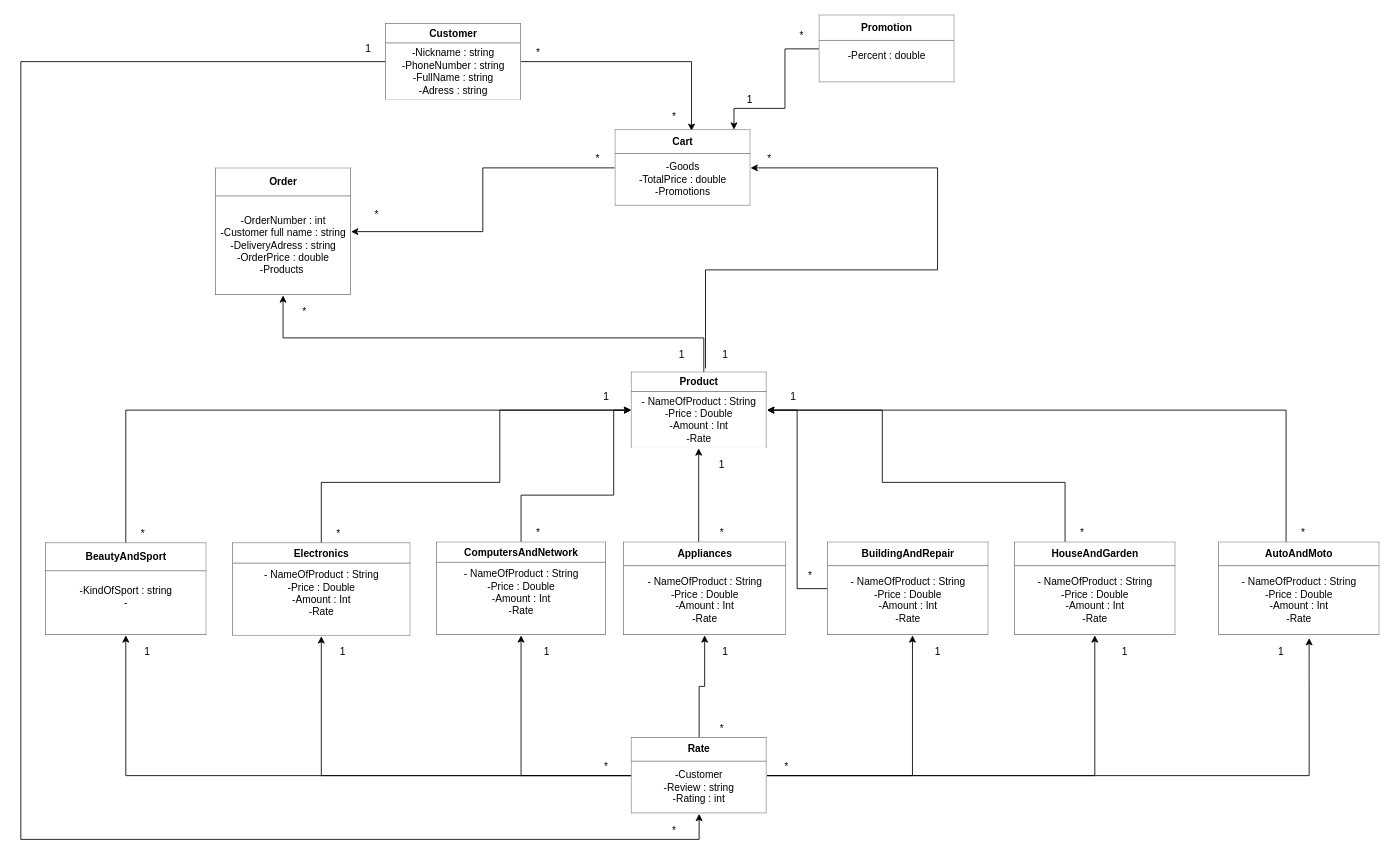
Above: Диаграмма без названия (4).drawio in Darovskikh/A-1-OOP (draw.io), before the change. Source tidied: cells renumbered, new cells numbered last; positions are measured from the earlier drawing's top-left corner, leaving out a move shared by most shapes. Both pictures are drawn from the tidied source at 85%, with x=0, y=0 at pixel (20, 14).
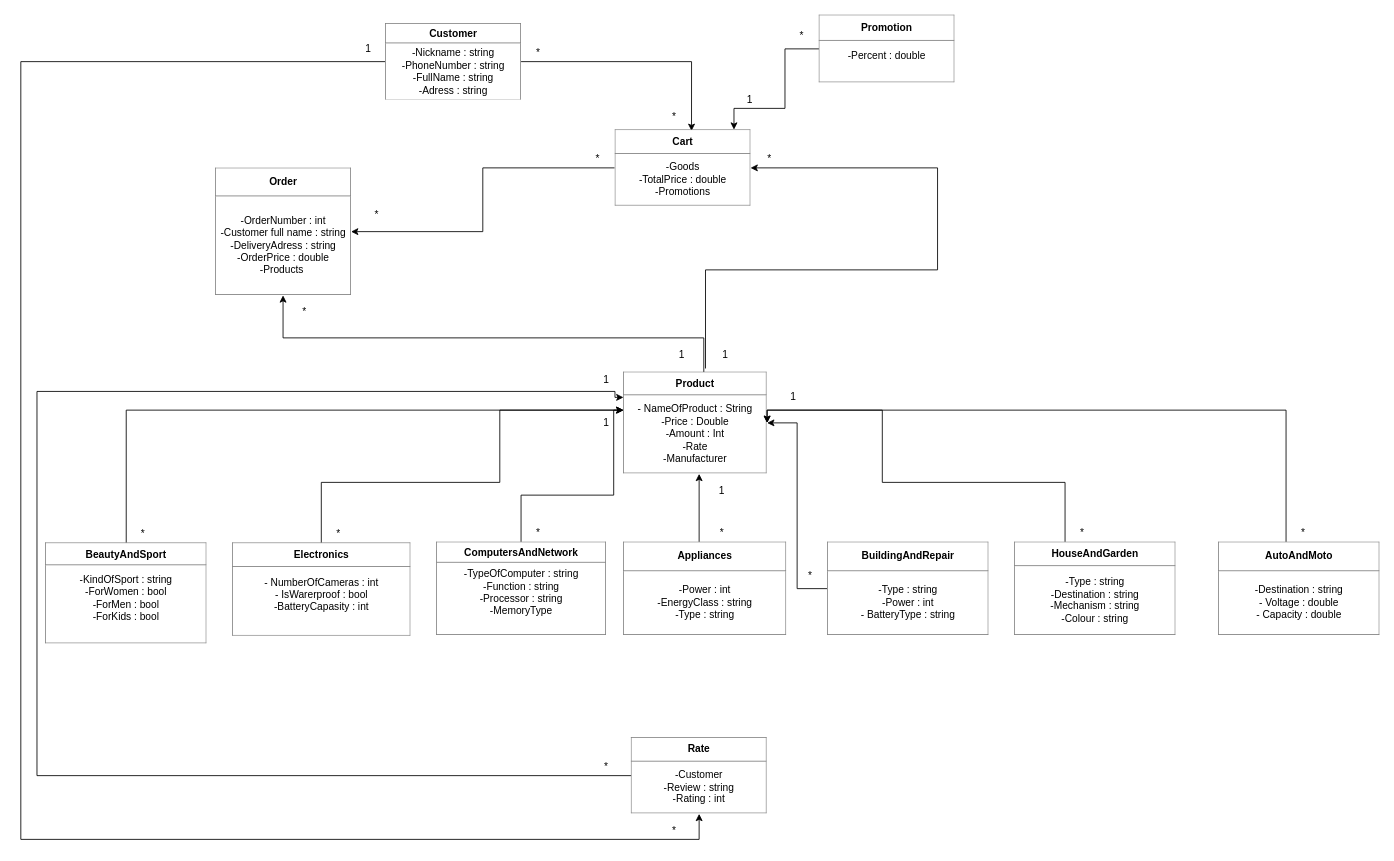
The same page after the edit.

The change refers to these unchanged cells:
```xml
<mxCell id="55" value="&lt;table border=&quot;1&quot; width=&quot;100%&quot; cellpadding=&quot;4&quot; style=&quot;width: 100% ; height: 100% ; border-collapse: collapse&quot;&gt;&lt;tbody&gt;&lt;tr&gt;&lt;th align=&quot;center&quot;&gt;Rate&lt;/th&gt;&lt;/tr&gt;&lt;tr&gt;&lt;td align=&quot;center&quot;&gt;-Customer&lt;br&gt;-Review : string&lt;br&gt;-Rating : int&lt;/td&gt;&lt;/tr&gt;&lt;/tbody&gt;&lt;/table&gt;" style="text;html=1;strokeColor=none;fillColor=none;overflow=fill;" parent="1" vertex="1">
  <mxGeometry x="718" y="850" width="160" height="90" as="geometry" />
</mxCell>
```

Change to the diagram source:
```diff
@@
-    <mxCell id="2" value="&lt;table border=&quot;1&quot; width=&quot;100%&quot; cellpadding=&quot;4&quot; style=&quot;width: 100% ; height: 100% ; border-collapse: collapse&quot;&gt;&lt;tbody&gt;&lt;tr&gt;&lt;th align=&quot;center&quot;&gt;Product&lt;/th&gt;&lt;/tr&gt;&lt;tr&gt;&lt;td align=&quot;center&quot;&gt;- NameOfProduct : String&lt;br&gt;-Price : Double&lt;br&gt;-Amount : Int&lt;br&gt;-Rate&lt;br&gt;&lt;/td&gt;&lt;/tr&gt;&lt;/tbody&gt;&lt;/table&gt;" style="text;html=1;strokeColor=none;fillColor=none;overflow=fill;" parent="1" vertex="1">
-      <mxGeometry x="718" y="420" width="160" height="90" as="geometry" />
+    <mxCell id="2" value="&lt;table border=&quot;1&quot; width=&quot;100%&quot; cellpadding=&quot;4&quot; style=&quot;width: 100% ; height: 100% ; border-collapse: collapse&quot;&gt;&lt;tbody&gt;&lt;tr&gt;&lt;th align=&quot;center&quot;&gt;Product&lt;/th&gt;&lt;/tr&gt;&lt;tr&gt;&lt;td align=&quot;center&quot;&gt;- NameOfProduct : String&lt;br&gt;-Price : Double&lt;br&gt;-Amount : Int&lt;br&gt;-Rate&lt;br&gt;-Manufacturer&lt;/td&gt;&lt;/tr&gt;&lt;/tbody&gt;&lt;/table&gt;" style="text;html=1;strokeColor=none;fillColor=none;overflow=fill;" parent="1" vertex="1">
+      <mxGeometry x="709" y="420" width="169" height="120" as="geometry" />
     </mxCell>
-    <mxCell id="3" style="edgeStyle=orthogonalEdgeStyle;rounded=0;jettySize=auto;html=1;entryX=0;entryY=0.5;entryDx=0;entryDy=0;" parent="1" edge="1" source="4" target="2">
+    <mxCell id="3" style="edgeStyle=orthogonalEdgeStyle;rounded=0;jettySize=auto;html=1;" parent="1" edge="1" source="4">
       <mxGeometry relative="1" as="geometry">
+        <mxPoint x="709" y="465" as="targetPoint" />
         <Array as="points">
           <mxPoint x="353.5" y="550" />
           <mxPoint x="563.5" y="550" />
           <mxPoint x="563.5" y="465" />
         </Array>
       </mxGeometry>
     </mxCell>
-    <mxCell id="4" value="&lt;table border=&quot;1&quot; width=&quot;100%&quot; cellpadding=&quot;4&quot; style=&quot;width: 100% ; height: 100% ; border-collapse: collapse&quot;&gt;&lt;tbody&gt;&lt;tr&gt;&lt;th align=&quot;center&quot;&gt;Electronics&lt;/th&gt;&lt;/tr&gt;&lt;tr&gt;&lt;td align=&quot;center&quot;&gt;- NameOfProduct : String&lt;br&gt;-Price : Double&lt;br&gt;-Amount : Int&lt;br&gt;-Rate&lt;br&gt;&lt;br&gt;&lt;/td&gt;&lt;/tr&gt;&lt;/tbody&gt;&lt;/table&gt;" style="text;html=1;strokeColor=none;fillColor=none;overflow=fill;" parent="1" vertex="1">
+    <mxCell id="4" value="&lt;table border=&quot;1&quot; width=&quot;100%&quot; cellpadding=&quot;4&quot; style=&quot;width: 100% ; height: 100% ; border-collapse: collapse&quot;&gt;&lt;tbody&gt;&lt;tr&gt;&lt;th align=&quot;center&quot;&gt;Electronics&lt;/th&gt;&lt;/tr&gt;&lt;tr&gt;&lt;td align=&quot;center&quot;&gt;- NumberOfCameras : int&lt;br&gt;- IsWarerproof : bool&lt;br&gt;-BatteryCapasity : int&lt;br&gt;&lt;br&gt;&lt;/td&gt;&lt;/tr&gt;&lt;/tbody&gt;&lt;/table&gt;" style="text;html=1;strokeColor=none;fillColor=none;overflow=fill;" parent="1" vertex="1">
       <mxGeometry x="248.5" y="621" width="210" height="110" as="geometry" />
     </mxCell>
-    <mxCell id="5" style="edgeStyle=orthogonalEdgeStyle;rounded=0;jettySize=auto;html=1;" parent="1" edge="1" source="6" target="2">
+    <mxCell id="5" style="edgeStyle=orthogonalEdgeStyle;rounded=0;jettySize=auto;html=1;" parent="1" edge="1" source="6">
       <mxGeometry relative="1" as="geometry">
+        <mxPoint x="798" y="540" as="targetPoint" />
         <Array as="points">
           <mxPoint x="797.5" y="540" />
           <mxPoint x="797.5" y="540" />
         </Array>
       </mxGeometry>
     </mxCell>
-    <mxCell id="6" value="&lt;table border=&quot;1&quot; width=&quot;100%&quot; cellpadding=&quot;4&quot; style=&quot;width: 100% ; height: 100% ; border-collapse: collapse&quot;&gt;&lt;tbody&gt;&lt;tr&gt;&lt;th align=&quot;center&quot;&gt;Appliances&lt;/th&gt;&lt;/tr&gt;&lt;tr&gt;&lt;td align=&quot;center&quot;&gt;- NameOfProduct : String&lt;br&gt;-Price : Double&lt;br&gt;-Amount : Int&lt;br&gt;-Rate&lt;br&gt;&lt;/td&gt;&lt;/tr&gt;&lt;/tbody&gt;&lt;/table&gt;" style="text;html=1;strokeColor=none;fillColor=none;overflow=fill;" parent="1" vertex="1">
+    <mxCell id="6" value="&lt;table border=&quot;1&quot; width=&quot;100%&quot; cellpadding=&quot;4&quot; style=&quot;width: 100% ; height: 100% ; border-collapse: collapse&quot;&gt;&lt;tbody&gt;&lt;tr&gt;&lt;th align=&quot;center&quot;&gt;Appliances&lt;/th&gt;&lt;/tr&gt;&lt;tr&gt;&lt;td align=&quot;center&quot;&gt;-Power : int&lt;br&gt;-EnergyClass : string&lt;br&gt;-Type : string&lt;br&gt;&lt;/td&gt;&lt;/tr&gt;&lt;/tbody&gt;&lt;/table&gt;" style="text;html=1;strokeColor=none;fillColor=none;overflow=fill;" parent="1" vertex="1">
       <mxGeometry x="708.5" y="620" width="192" height="110" as="geometry" />
     </mxCell>
-    <mxCell id="7" style="edgeStyle=orthogonalEdgeStyle;rounded=0;jettySize=auto;html=1;entryX=0;entryY=0.5;entryDx=0;entryDy=0;" parent="1" edge="1" source="8" target="2">
+    <mxCell id="7" style="edgeStyle=orthogonalEdgeStyle;rounded=0;jettySize=auto;html=1;" parent="1" edge="1" source="8">
       <mxGeometry relative="1" as="geometry">
+        <mxPoint x="709" y="465" as="targetPoint" />
         <Array as="points">
           <mxPoint x="588.5" y="565" />
           <mxPoint x="697.5" y="565" />
           <mxPoint x="697.5" y="465" />
         </Array>
       </mxGeometry>
     </mxCell>
-    <mxCell id="8" value="&lt;table border=&quot;1&quot; width=&quot;100%&quot; cellpadding=&quot;4&quot; style=&quot;width: 100% ; height: 100% ; border-collapse: collapse&quot;&gt;&lt;tbody&gt;&lt;tr&gt;&lt;th align=&quot;center&quot;&gt;ComputersAndNetwork&lt;/th&gt;&lt;/tr&gt;&lt;tr&gt;&lt;td align=&quot;center&quot;&gt;- NameOfProduct : String&lt;br&gt;-Price : Double&lt;br&gt;-Amount : Int&lt;br&gt;-Rate&lt;br&gt;&lt;br&gt;&lt;/td&gt;&lt;/tr&gt;&lt;/tbody&gt;&lt;/table&gt;" style="text;html=1;strokeColor=none;fillColor=none;overflow=fill;" parent="1" vertex="1">
+    <mxCell id="8" value="&lt;table border=&quot;1&quot; width=&quot;100%&quot; cellpadding=&quot;4&quot; style=&quot;width: 100% ; height: 100% ; border-collapse: collapse&quot;&gt;&lt;tbody&gt;&lt;tr&gt;&lt;th align=&quot;center&quot;&gt;ComputersAndNetwork&lt;/th&gt;&lt;/tr&gt;&lt;tr&gt;&lt;td align=&quot;center&quot;&gt;-TypeOfComputer : string&lt;br&gt;-Function : string&lt;br&gt;-Processor : string&lt;br&gt;-MemoryType&lt;br&gt;&lt;br&gt;&lt;/td&gt;&lt;/tr&gt;&lt;/tbody&gt;&lt;/table&gt;" style="text;html=1;strokeColor=none;fillColor=none;overflow=fill;" parent="1" vertex="1">
       <mxGeometry x="488.5" y="620" width="200" height="110" as="geometry" />
     </mxCell>
@@
-    <mxCell id="10" value="&lt;table border=&quot;1&quot; width=&quot;100%&quot; cellpadding=&quot;4&quot; style=&quot;width: 100% ; height: 100% ; border-collapse: collapse&quot;&gt;&lt;tbody&gt;&lt;tr&gt;&lt;th align=&quot;center&quot;&gt;BuildingAndRepair&lt;/th&gt;&lt;/tr&gt;&lt;tr&gt;&lt;td align=&quot;center&quot;&gt;- NameOfProduct : String&lt;br&gt;-Price : Double&lt;br&gt;-Amount : Int&lt;br&gt;-Rate&lt;br&gt;&lt;/td&gt;&lt;/tr&gt;&lt;/tbody&gt;&lt;/table&gt;" style="text;html=1;strokeColor=none;fillColor=none;overflow=fill;" parent="1" vertex="1">
+    <mxCell id="10" value="&lt;table border=&quot;1&quot; width=&quot;100%&quot; cellpadding=&quot;4&quot; style=&quot;width: 100% ; height: 100% ; border-collapse: collapse&quot;&gt;&lt;tbody&gt;&lt;tr&gt;&lt;th align=&quot;center&quot;&gt;BuildingAndRepair&lt;/th&gt;&lt;/tr&gt;&lt;tr&gt;&lt;td align=&quot;center&quot;&gt;-Type : string&lt;br&gt;-Power : int&lt;br&gt;- BatteryType : string&lt;/td&gt;&lt;/tr&gt;&lt;/tbody&gt;&lt;/table&gt;" style="text;html=1;strokeColor=none;fillColor=none;overflow=fill;" parent="1" vertex="1">
       <mxGeometry x="948.5" y="620" width="190" height="110" as="geometry" />
     </mxCell>
@@
-    <mxCell id="12" value="&lt;table border=&quot;1&quot; width=&quot;100%&quot; cellpadding=&quot;4&quot; style=&quot;width: 100% ; height: 100% ; border-collapse: collapse&quot;&gt;&lt;tbody&gt;&lt;tr&gt;&lt;th align=&quot;center&quot;&gt;HouseAndGarden&lt;/th&gt;&lt;/tr&gt;&lt;tr&gt;&lt;td align=&quot;center&quot;&gt;- NameOfProduct : String&lt;br&gt;-Price : Double&lt;br&gt;-Amount : Int&lt;br&gt;-Rate&lt;br&gt;&lt;/td&gt;&lt;/tr&gt;&lt;/tbody&gt;&lt;/table&gt;" style="text;html=1;strokeColor=none;fillColor=none;overflow=fill;" parent="1" vertex="1">
+    <mxCell id="12" value="&lt;table border=&quot;1&quot; width=&quot;100%&quot; cellpadding=&quot;4&quot; style=&quot;width: 100% ; height: 100% ; border-collapse: collapse&quot;&gt;&lt;tbody&gt;&lt;tr&gt;&lt;th align=&quot;center&quot;&gt;HouseAndGarden&lt;/th&gt;&lt;/tr&gt;&lt;tr&gt;&lt;td align=&quot;center&quot;&gt;-Type : string&lt;br&gt;-Destination : string&lt;br&gt;-Mechanism : string&lt;br&gt;-Colour : string&lt;/td&gt;&lt;/tr&gt;&lt;/tbody&gt;&lt;/table&gt;" style="text;html=1;strokeColor=none;fillColor=none;overflow=fill;" parent="1" vertex="1">
       <mxGeometry x="1168.5" y="620" width="190" height="110" as="geometry" />
     </mxCell>
@@
-    <mxCell id="14" value="&lt;table border=&quot;1&quot; width=&quot;100%&quot; cellpadding=&quot;4&quot; style=&quot;width: 100% ; height: 100% ; border-collapse: collapse&quot;&gt;&lt;tbody&gt;&lt;tr&gt;&lt;th align=&quot;center&quot;&gt;AutoAndMoto&lt;/th&gt;&lt;/tr&gt;&lt;tr&gt;&lt;td align=&quot;center&quot;&gt;- NameOfProduct : String&lt;br&gt;-Price : Double&lt;br&gt;-Amount : Int&lt;br&gt;-Rate&lt;br&gt;&lt;/td&gt;&lt;/tr&gt;&lt;/tbody&gt;&lt;/table&gt;" style="text;html=1;strokeColor=none;fillColor=none;overflow=fill;" parent="1" vertex="1">
+    <mxCell id="14" value="&lt;table border=&quot;1&quot; width=&quot;100%&quot; cellpadding=&quot;4&quot; style=&quot;width: 100% ; height: 100% ; border-collapse: collapse&quot;&gt;&lt;tbody&gt;&lt;tr&gt;&lt;th align=&quot;center&quot;&gt;AutoAndMoto&lt;/th&gt;&lt;/tr&gt;&lt;tr&gt;&lt;td align=&quot;center&quot;&gt;-Destination : string&lt;br&gt;- Voltage : double&lt;br&gt;- Capacity : double&lt;/td&gt;&lt;/tr&gt;&lt;/tbody&gt;&lt;/table&gt;" style="text;html=1;strokeColor=none;fillColor=none;overflow=fill;" parent="1" vertex="1">
       <mxGeometry x="1408.5" y="620" width="190" height="110" as="geometry" />
     </mxCell>
-    <mxCell id="15" style="edgeStyle=orthogonalEdgeStyle;rounded=0;jettySize=auto;html=1;" parent="1" edge="1" source="16" target="2">
+    <mxCell id="15" style="edgeStyle=orthogonalEdgeStyle;rounded=0;jettySize=auto;html=1;" parent="1" edge="1" source="16">
       <mxGeometry relative="1" as="geometry">
+        <mxPoint x="709" y="465" as="targetPoint" />
         <Array as="points">
           <mxPoint x="123.5" y="465" />
         </Array>
       </mxGeometry>
     </mxCell>
-    <mxCell id="16" value="&lt;table border=&quot;1&quot; width=&quot;100%&quot; cellpadding=&quot;4&quot; style=&quot;width: 100% ; height: 100% ; border-collapse: collapse&quot;&gt;&lt;tbody&gt;&lt;tr&gt;&lt;th align=&quot;center&quot;&gt;BeautyAndSport&lt;/th&gt;&lt;/tr&gt;&lt;tr&gt;&lt;td align=&quot;center&quot;&gt;-KindOfSport : string&lt;br&gt;-&lt;br&gt;&lt;br&gt;&lt;/td&gt;&lt;/tr&gt;&lt;/tbody&gt;&lt;/table&gt;" style="text;html=1;strokeColor=none;fillColor=none;overflow=fill;" parent="1" vertex="1">
-      <mxGeometry x="28.5" y="621" width="190" height="109" as="geometry" />
+    <mxCell id="16" value="&lt;table border=&quot;1&quot; width=&quot;100%&quot; cellpadding=&quot;4&quot; style=&quot;width: 100% ; height: 100% ; border-collapse: collapse&quot;&gt;&lt;tbody&gt;&lt;tr&gt;&lt;th align=&quot;center&quot;&gt;BeautyAndSport&lt;/th&gt;&lt;/tr&gt;&lt;tr&gt;&lt;td align=&quot;center&quot;&gt;-KindOfSport : string&lt;br&gt;-ForWomen : bool&lt;br&gt;-ForMen : bool&lt;br&gt;-ForKids : bool&lt;br&gt;&lt;br&gt;&lt;/td&gt;&lt;/tr&gt;&lt;/tbody&gt;&lt;/table&gt;" style="text;html=1;strokeColor=none;fillColor=none;overflow=fill;" parent="1" vertex="1">
+      <mxGeometry x="29" y="621" width="190" height="119" as="geometry" />
     </mxCell>
@@
     <mxCell id="34" value="1" style="text;html=1;strokeColor=none;fillColor=none;align=center;verticalAlign=middle;whiteSpace=wrap;rounded=0;" parent="1" vertex="1">
-      <mxGeometry x="668.5" y="440" width="40" height="20" as="geometry" />
+      <mxGeometry x="668.5" y="470" width="40" height="20" as="geometry" />
     </mxCell>
     <mxCell id="35" value="1" style="text;html=1;strokeColor=none;fillColor=none;align=center;verticalAlign=middle;whiteSpace=wrap;rounded=0;" parent="1" vertex="1">
-      <mxGeometry x="804.5" y="520" width="40" height="20" as="geometry" />
+      <mxGeometry x="804.5" y="550" width="40" height="20" as="geometry" />
     </mxCell>
@@
-    <mxCell id="48" style="edgeStyle=orthogonalEdgeStyle;rounded=0;jettySize=auto;html=1;entryX=0.5;entryY=1;entryDx=0;entryDy=0;startArrow=none;startFill=0;endArrow=classic;endFill=1;" parent="1" edge="1" source="55" target="16">
-      <mxGeometry relative="1" as="geometry" />
+    <mxCell id="48" style="edgeStyle=orthogonalEdgeStyle;rounded=0;jettySize=auto;html=1;startArrow=none;startFill=0;endArrow=classic;endFill=1;entryX=0;entryY=0.25;entryDx=0;entryDy=0;" parent="1" edge="1" source="55" target="2">
+      <mxGeometry relative="1" as="geometry">
+        <Array as="points">
+          <mxPoint x="19" y="895" />
+          <mxPoint x="19" y="443" />
+          <mxPoint x="699" y="443" />
+          <mxPoint x="699" y="450" />
+        </Array>
+      </mxGeometry>
     </mxCell>
-    <mxCell id="49" style="edgeStyle=orthogonalEdgeStyle;rounded=0;jettySize=auto;html=1;entryX=0.5;entryY=1;entryDx=0;entryDy=0;startArrow=none;startFill=0;endArrow=classic;endFill=1;" parent="1" edge="1" source="55" target="4">
-      <mxGeometry relative="1" as="geometry" />
-    </mxCell>
-    <mxCell id="50" style="edgeStyle=orthogonalEdgeStyle;rounded=0;jettySize=auto;html=1;entryX=0.5;entryY=1;entryDx=0;entryDy=0;startArrow=none;startFill=0;endArrow=classic;endFill=1;" parent="1" edge="1" source="55" target="8">
-      <mxGeometry relative="1" as="geometry" />
-    </mxCell>
-    <mxCell id="51" style="edgeStyle=orthogonalEdgeStyle;rounded=0;jettySize=auto;html=1;entryX=0.5;entryY=1;entryDx=0;entryDy=0;startArrow=none;startFill=0;endArrow=classic;endFill=1;" parent="1" edge="1" source="55" target="6">
-      <mxGeometry relative="1" as="geometry" />
-    </mxCell>
-    <mxCell id="52" style="edgeStyle=orthogonalEdgeStyle;rounded=0;jettySize=auto;html=1;entryX=0.529;entryY=1;entryDx=0;entryDy=0;entryPerimeter=0;startArrow=none;startFill=0;endArrow=classic;endFill=1;" parent="1" edge="1" source="55" target="10">
-      <mxGeometry relative="1" as="geometry" />
-    </mxCell>
-    <mxCell id="53" style="edgeStyle=orthogonalEdgeStyle;rounded=0;jettySize=auto;html=1;entryX=0.5;entryY=1;entryDx=0;entryDy=0;startArrow=none;startFill=0;endArrow=classic;endFill=1;" parent="1" edge="1" source="55" target="12">
-      <mxGeometry relative="1" as="geometry" />
-    </mxCell>
-    <mxCell id="54" style="edgeStyle=orthogonalEdgeStyle;rounded=0;jettySize=auto;html=1;entryX=0.564;entryY=1.029;entryDx=0;entryDy=0;entryPerimeter=0;startArrow=none;startFill=0;endArrow=classic;endFill=1;" parent="1" edge="1" source="55" target="14">
-      <mxGeometry relative="1" as="geometry" />
-    </mxCell>
@@
-    <mxCell id="56" value="*" style="text;html=1;strokeColor=none;fillColor=none;align=center;verticalAlign=middle;whiteSpace=wrap;rounded=0;" parent="1" vertex="1">
-      <mxGeometry x="881" y="875" width="40" height="20" as="geometry" />
-    </mxCell>
-    <mxCell id="57" value="*" style="text;html=1;strokeColor=none;fillColor=none;align=center;verticalAlign=middle;whiteSpace=wrap;rounded=0;" parent="1" vertex="1">
-      <mxGeometry x="804.5" y="830" width="40" height="20" as="geometry" />
-    </mxCell>
@@
-    <mxCell id="59" value="1" style="text;html=1;strokeColor=none;fillColor=none;align=center;verticalAlign=middle;whiteSpace=wrap;rounded=0;" parent="1" vertex="1">
-      <mxGeometry x="808.5" y="740" width="40" height="20" as="geometry" />
-    </mxCell>
-    <mxCell id="60" value="1" style="text;html=1;strokeColor=none;fillColor=none;align=center;verticalAlign=middle;whiteSpace=wrap;rounded=0;" parent="1" vertex="1">
-      <mxGeometry x="1059" y="740" width="40" height="20" as="geometry" />
-    </mxCell>
-    <mxCell id="61" value="1" style="text;html=1;strokeColor=none;fillColor=none;align=center;verticalAlign=middle;whiteSpace=wrap;rounded=0;" parent="1" vertex="1">
-      <mxGeometry x="1279" y="740" width="40" height="20" as="geometry" />
-    </mxCell>
-    <mxCell id="62" value="1" style="text;html=1;strokeColor=none;fillColor=none;align=center;verticalAlign=middle;whiteSpace=wrap;rounded=0;" parent="1" vertex="1">
-      <mxGeometry x="1463.3" y="740" width="40" height="20" as="geometry" />
-    </mxCell>
-    <mxCell id="63" value="1" style="text;html=1;strokeColor=none;fillColor=none;align=center;verticalAlign=middle;whiteSpace=wrap;rounded=0;" parent="1" vertex="1">
-      <mxGeometry x="599" y="740" width="40" height="20" as="geometry" />
-    </mxCell>
-    <mxCell id="64" value="1" style="text;html=1;strokeColor=none;fillColor=none;align=center;verticalAlign=middle;whiteSpace=wrap;rounded=0;" parent="1" vertex="1">
-      <mxGeometry x="358.5" y="740" width="40" height="20" as="geometry" />
-    </mxCell>
-    <mxCell id="65" value="1" style="text;html=1;strokeColor=none;fillColor=none;align=center;verticalAlign=middle;whiteSpace=wrap;rounded=0;" parent="1" vertex="1">
-      <mxGeometry x="129" y="740" width="40" height="20" as="geometry" />
-    </mxCell>
@@
+    <mxCell id="67" value="1" style="text;html=1;strokeColor=none;fillColor=none;align=center;verticalAlign=middle;whiteSpace=wrap;rounded=0;" parent="1" vertex="1">
+      <mxGeometry x="668.5" y="420" width="40" height="20" as="geometry" />
+    </mxCell>
```
